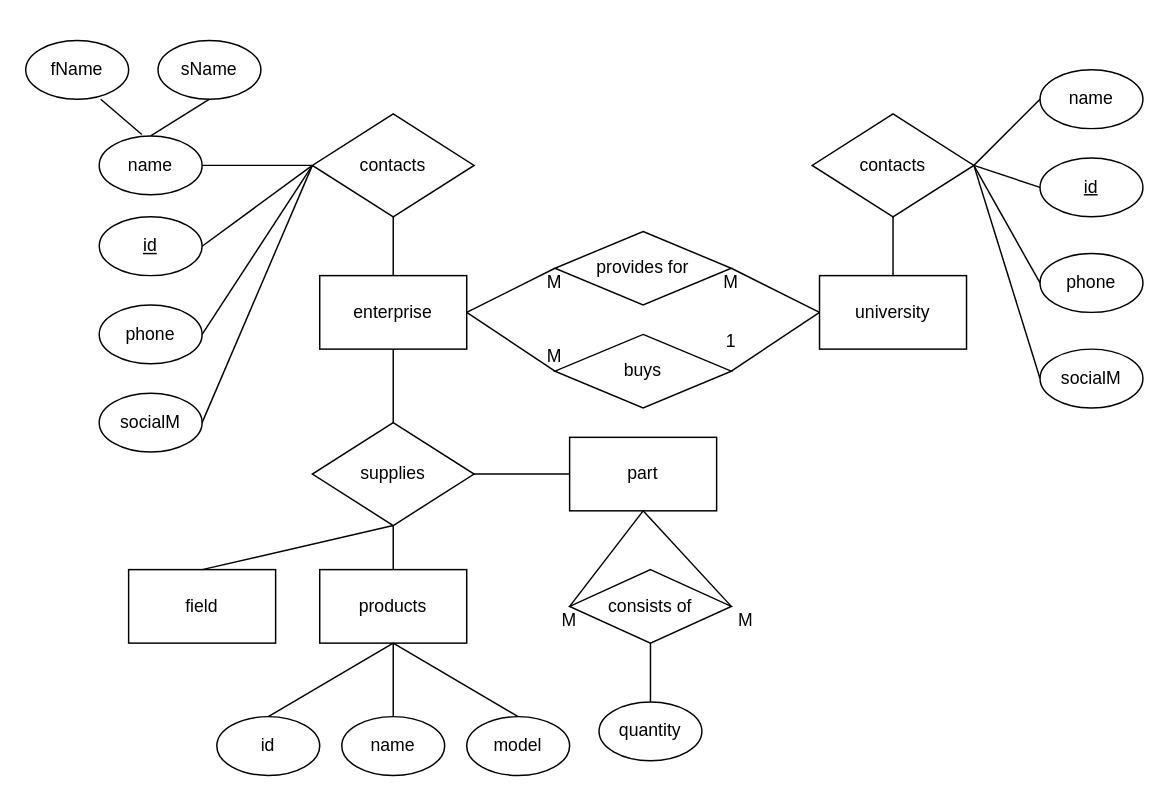
Moziik/data keeps this draw.io diagram as Instrumentation Diagram.drawio. Above is the earlier version. Source tidied: cells renumbered, new cells numbered last; positions are measured from the earlier drawing's top-left corner, leaving out a move shared by most shapes. Both pictures are drawn from the tidied source at 147%, with x=0, y=0 at pixel (25, 40).
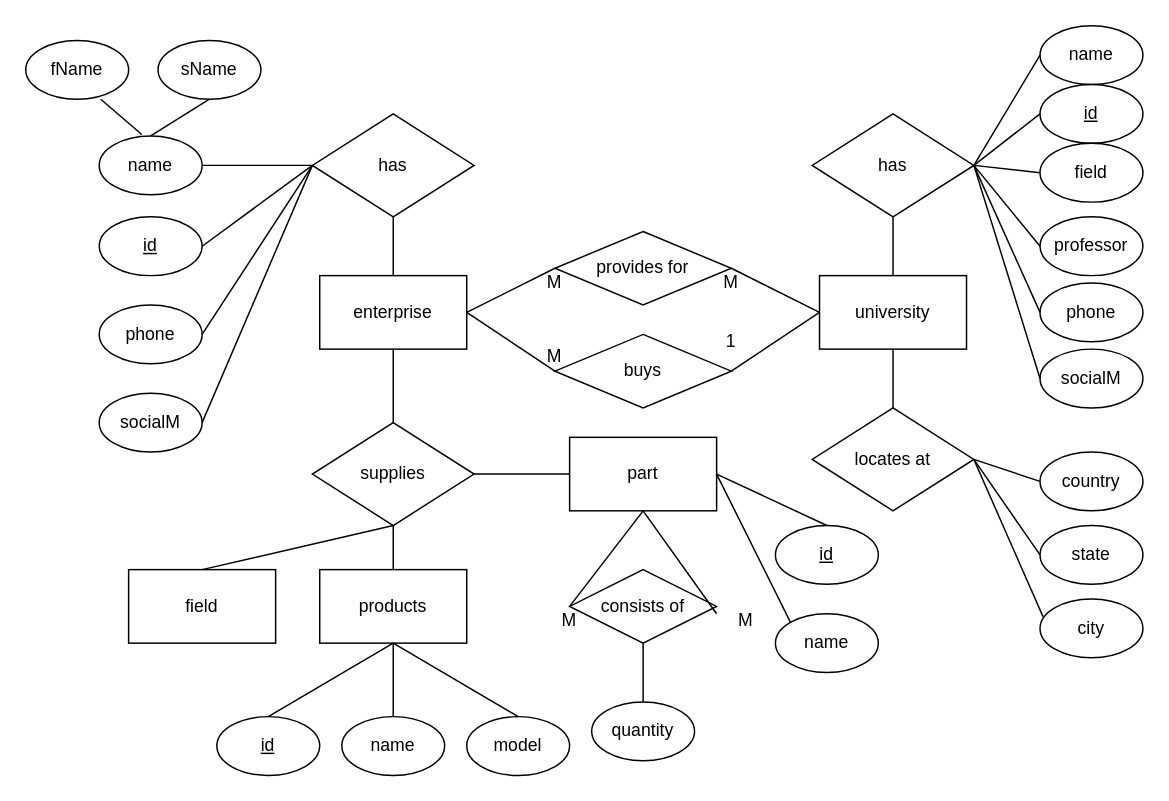
After the change.

The change refers to these unchanged cells:
```xml
<mxCell id="5" value="university" style="rounded=0;whiteSpace=wrap;html=1;" parent="1" vertex="1">
  <mxGeometry x="540" y="160" width="100" height="50" as="geometry" />
</mxCell>
<mxCell id="40" value="part" style="rounded=0;whiteSpace=wrap;html=1;" parent="1" vertex="1">
  <mxGeometry x="370" y="270" width="100" height="50" as="geometry" />
</mxCell>
```

Change to the diagram source:
```diff
@@
-    <mxCell id="14" value="contacts" style="rhombus;whiteSpace=wrap;html=1;" parent="1" vertex="1">
+    <mxCell id="14" value="has" style="rhombus;whiteSpace=wrap;html=1;" parent="1" vertex="1">
       <mxGeometry x="195" y="50" width="110" height="70" as="geometry" />
     </mxCell>
@@
-    <mxCell id="36" value="id" style="ellipse;whiteSpace=wrap;html=1;" parent="1" vertex="1">
+    <mxCell id="36" value="id" style="ellipse;whiteSpace=wrap;html=1;fontStyle=4;" parent="1" vertex="1">
       <mxGeometry x="130" y="460" width="70" height="40" as="geometry" />
     </mxCell>
@@
     <mxCell id="42" value="consists of" style="rhombus;whiteSpace=wrap;html=1;" parent="1" vertex="1">
-      <mxGeometry x="370" y="360" width="110" height="50" as="geometry" />
+      <mxGeometry x="370" y="360" width="100" height="50" as="geometry" />
     </mxCell>
@@
-    <mxCell id="44" style="endArrow=none;html=1;rounded=0;exitX=1;exitY=0.5;exitDx=0;exitDy=0;" parent="1" edge="1" source="42">
+    <mxCell id="44" style="endArrow=none;html=1;rounded=0;" parent="1" edge="1">
       <mxGeometry relative="1" as="geometry">
+        <mxPoint x="470" y="390" as="sourcePoint" />
         <mxPoint x="420" y="320" as="targetPoint" />
       </mxGeometry>
     </mxCell>
     <mxCell id="45" value="quantity" style="ellipse;whiteSpace=wrap;html=1;" parent="1" vertex="1">
-      <mxGeometry x="390" y="450" width="70" height="40" as="geometry" />
+      <mxGeometry x="385" y="450" width="70" height="40" as="geometry" />
     </mxCell>
-    <mxCell id="46" style="endArrow=none;html=1;rounded=0;entryX=0.5;entryY=1;entryDx=0;entryDy=0;" parent="1" edge="1" target="42">
-      <mxGeometry relative="1" as="geometry">
-        <mxPoint x="425" y="450" as="sourcePoint" />
-      </mxGeometry>
+    <mxCell id="46" style="endArrow=none;html=1;rounded=0;entryX=0.5;entryY=1;entryDx=0;entryDy=0;exitX=0.5;exitY=0;exitDx=0;exitDy=0;" parent="1" edge="1" source="45" target="42">
+      <mxGeometry relative="1" as="geometry" />
     </mxCell>
@@
-    <mxCell id="49" value="contacts" style="rhombus;whiteSpace=wrap;html=1;" parent="1" vertex="1">
+    <mxCell id="49" value="has" style="rhombus;whiteSpace=wrap;html=1;" parent="1" vertex="1">
       <mxGeometry x="535" y="50" width="110" height="70" as="geometry" />
     </mxCell>
@@
     <mxCell id="51" value="name" style="ellipse;whiteSpace=wrap;html=1;" parent="1" vertex="1">
-      <mxGeometry x="690" y="20" width="70" height="40" as="geometry" />
+      <mxGeometry x="690" y="-10" width="70" height="40" as="geometry" />
     </mxCell>
     <mxCell id="52" value="id" style="ellipse;whiteSpace=wrap;html=1;fontStyle=4;" parent="1" vertex="1">
-      <mxGeometry x="690" y="80" width="70" height="40" as="geometry" />
+      <mxGeometry x="690" y="30" width="70" height="40" as="geometry" />
     </mxCell>
     <mxCell id="53" value="phone" style="ellipse;whiteSpace=wrap;html=1;" parent="1" vertex="1">
-      <mxGeometry x="690" y="145" width="70" height="40" as="geometry" />
+      <mxGeometry x="690" y="165" width="70" height="40" as="geometry" />
     </mxCell>
@@
+    <mxCell id="59" value="id" style="ellipse;whiteSpace=wrap;html=1;fontStyle=4;" parent="1" vertex="1">
+      <mxGeometry x="510" y="330" width="70" height="40" as="geometry" />
+    </mxCell>
+    <mxCell id="60" value="name" style="ellipse;whiteSpace=wrap;html=1;" parent="1" vertex="1">
+      <mxGeometry x="510" y="390" width="70" height="40" as="geometry" />
+    </mxCell>
+    <mxCell id="61" style="endArrow=none;html=1;rounded=0;exitX=0.5;exitY=0;exitDx=0;exitDy=0;entryX=1;entryY=0.5;entryDx=0;entryDy=0;" parent="1" edge="1" source="59" target="40">
+      <mxGeometry relative="1" as="geometry" />
+    </mxCell>
+    <mxCell id="62" style="endArrow=none;html=1;rounded=0;exitX=0;exitY=0;exitDx=0;exitDy=0;entryX=1;entryY=0.5;entryDx=0;entryDy=0;" parent="1" edge="1" source="60" target="40">
+      <mxGeometry relative="1" as="geometry" />
+    </mxCell>
+    <mxCell id="63" value="locates at" style="rhombus;whiteSpace=wrap;html=1;" parent="1" vertex="1">
+      <mxGeometry x="535" y="250" width="110" height="70" as="geometry" />
+    </mxCell>
+    <mxCell id="64" style="endArrow=none;html=1;rounded=0;exitX=0.5;exitY=0;exitDx=0;exitDy=0;entryX=0.5;entryY=1;entryDx=0;entryDy=0;" parent="1" edge="1" source="63" target="5">
+      <mxGeometry relative="1" as="geometry" />
+    </mxCell>
+    <mxCell id="65" value="country" style="ellipse;whiteSpace=wrap;html=1;" parent="1" vertex="1">
+      <mxGeometry x="690" y="280" width="70" height="40" as="geometry" />
+    </mxCell>
+    <mxCell id="66" value="state" style="ellipse;whiteSpace=wrap;html=1;" parent="1" vertex="1">
+      <mxGeometry x="690" y="330" width="70" height="40" as="geometry" />
+    </mxCell>
+    <mxCell id="67" value="city" style="ellipse;whiteSpace=wrap;html=1;" parent="1" vertex="1">
+      <mxGeometry x="690" y="380" width="70" height="40" as="geometry" />
+    </mxCell>
+    <mxCell id="68" style="endArrow=none;html=1;rounded=0;exitX=0;exitY=0.5;exitDx=0;exitDy=0;entryX=1;entryY=0.5;entryDx=0;entryDy=0;" parent="1" edge="1" source="65" target="63">
+      <mxGeometry relative="1" as="geometry" />
+    </mxCell>
+    <mxCell id="69" style="endArrow=none;html=1;rounded=0;exitX=0;exitY=0.5;exitDx=0;exitDy=0;entryX=1;entryY=0.5;entryDx=0;entryDy=0;" parent="1" edge="1" source="66" target="63">
+      <mxGeometry relative="1" as="geometry" />
+    </mxCell>
+    <mxCell id="70" style="endArrow=none;html=1;rounded=0;exitX=0.029;exitY=0.3;exitDx=0;exitDy=0;exitPerimeter=0;entryX=1;entryY=0.5;entryDx=0;entryDy=0;" parent="1" edge="1" source="67" target="63">
+      <mxGeometry relative="1" as="geometry" />
+    </mxCell>
+    <mxCell id="71" value="field" style="ellipse;whiteSpace=wrap;html=1;" parent="1" vertex="1">
+      <mxGeometry x="690" y="70" width="70" height="40" as="geometry" />
+    </mxCell>
+    <mxCell id="72" style="endArrow=none;html=1;rounded=0;exitX=0;exitY=0.5;exitDx=0;exitDy=0;entryX=1;entryY=0.5;entryDx=0;entryDy=0;" parent="1" edge="1" source="71" target="49">
+      <mxGeometry relative="1" as="geometry" />
+    </mxCell>
+    <mxCell id="73" value="professor" style="ellipse;whiteSpace=wrap;html=1;" parent="1" vertex="1">
+      <mxGeometry x="690" y="120" width="70" height="40" as="geometry" />
+    </mxCell>
+    <mxCell id="74" style="endArrow=none;html=1;rounded=0;exitX=0;exitY=0.5;exitDx=0;exitDy=0;entryX=1;entryY=0.5;entryDx=0;entryDy=0;" parent="1" edge="1" source="73" target="49">
+      <mxGeometry relative="1" as="geometry" />
+    </mxCell>
```
